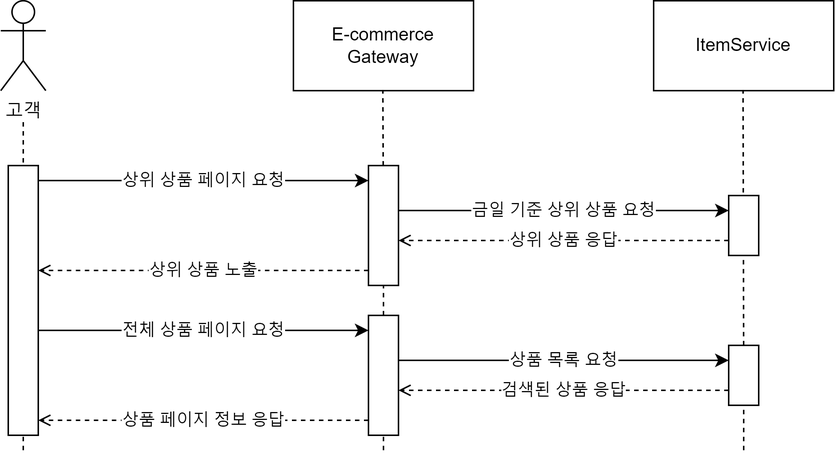
Earlier version of the draw.io export docs/sequence-diagram/2.item.png (psam1017/hhplus-ecommerce). Source tidied: cells renumbered, new cells last; positions are measured from the earlier drawing's top-left corner, leaving out a move shared by most shapes. Its diagram source:
```xml
<mxGraphModel>
  <root>
    <mxCell id="0" />
    <mxCell id="1" parent="0" />
    <mxCell id="2" style="group;" parent="1" vertex="1">
      <mxGeometry width="555" height="300" as="geometry" />
    </mxCell>
    <mxCell id="3" style="endArrow=none;dashed=1;html=1;rounded=0;" parent="2" edge="1">
      <mxGeometry relative="1" as="geometry">
        <mxPoint x="15" y="300" as="sourcePoint" />
        <mxPoint x="15" y="80" as="targetPoint" />
      </mxGeometry>
    </mxCell>
    <mxCell id="4" style="rounded=0;whiteSpace=wrap;html=1;" parent="2" vertex="1">
      <mxGeometry x="5" y="110" width="20" height="180" as="geometry" />
    </mxCell>
    <mxCell id="5" value="고객" style="shape=umlActor;verticalLabelPosition=bottom;verticalAlign=top;html=1;" parent="2" vertex="1">
      <mxGeometry width="30" height="60" as="geometry" />
    </mxCell>
    <mxCell id="6" value="ItemService" style="rounded=0;whiteSpace=wrap;html=1;" parent="2" vertex="1">
      <mxGeometry x="435" width="120" height="60" as="geometry" />
    </mxCell>
    <mxCell id="7" value="상위 상품 페이지 요청" style="endArrow=classic;html=1;rounded=0;" parent="2" edge="1">
      <mxGeometry relative="1" as="geometry">
        <mxPoint x="25" y="120" as="sourcePoint" />
        <mxPoint x="245" y="120" as="targetPoint" />
      </mxGeometry>
    </mxCell>
    <mxCell id="8" value="금일 기준 상위 상품 요청" style="endArrow=classic;html=1;rounded=0;entryX=0;entryY=0.25;entryDx=0;entryDy=0;" parent="2" edge="1" target="20">
      <mxGeometry relative="1" as="geometry">
        <mxPoint x="265" y="140" as="sourcePoint" />
      </mxGeometry>
    </mxCell>
    <mxCell id="9" value="상위 상품 응답" style="endArrow=open;html=1;rounded=0;dashed=1;endFill=0;exitX=0;exitY=0.75;exitDx=0;exitDy=0;" parent="2" edge="1" source="20">
      <mxGeometry relative="1" as="geometry">
        <mxPoint x="265" y="160" as="targetPoint" />
      </mxGeometry>
    </mxCell>
    <mxCell id="10" value="상위 상품 노출" style="endArrow=open;html=1;rounded=0;dashed=1;endFill=0;" parent="2" edge="1">
      <mxGeometry relative="1" as="geometry">
        <mxPoint x="245" y="180" as="sourcePoint" />
        <mxPoint x="25" y="180" as="targetPoint" />
      </mxGeometry>
    </mxCell>
    <mxCell id="11" value="전체 상품 페이지 요청" style="endArrow=classic;html=1;rounded=0;" parent="2" edge="1">
      <mxGeometry relative="1" as="geometry">
        <mxPoint x="25" y="220" as="sourcePoint" />
        <mxPoint x="245" y="220" as="targetPoint" />
      </mxGeometry>
    </mxCell>
    <mxCell id="12" value="상품 목록 요청" style="endArrow=classic;html=1;rounded=0;entryX=0;entryY=0.25;entryDx=0;entryDy=0;" parent="2" edge="1" target="24">
      <mxGeometry relative="1" as="geometry">
        <mxPoint x="265" y="240" as="sourcePoint" />
      </mxGeometry>
    </mxCell>
    <mxCell id="13" value="검색된 상품 응답" style="endArrow=open;html=1;rounded=0;dashed=1;endFill=0;exitX=0;exitY=0.75;exitDx=0;exitDy=0;" parent="2" edge="1" source="24">
      <mxGeometry relative="1" as="geometry">
        <mxPoint x="265" y="260" as="targetPoint" />
      </mxGeometry>
    </mxCell>
    <mxCell id="14" value="상품 페이지 정보 응답" style="endArrow=open;html=1;rounded=0;dashed=1;endFill=0;" parent="2" edge="1">
      <mxGeometry relative="1" as="geometry">
        <mxPoint x="245" y="280" as="sourcePoint" />
        <mxPoint x="25" y="280" as="targetPoint" />
      </mxGeometry>
    </mxCell>
    <mxCell id="15" value="&lt;div&gt;E-commerce&lt;/div&gt;&lt;div&gt;Gateway&lt;/div&gt;&lt;div&gt;&lt;/div&gt;" style="rounded=0;whiteSpace=wrap;html=1;" parent="2" vertex="1">
      <mxGeometry x="195" width="120" height="60" as="geometry" />
    </mxCell>
    <mxCell id="16" style="endArrow=none;dashed=1;html=1;rounded=0;" parent="2" edge="1" source="18">
      <mxGeometry relative="1" as="geometry">
        <mxPoint x="254.6" y="60" as="targetPoint" />
      </mxGeometry>
    </mxCell>
    <mxCell id="17" style="endArrow=none;dashed=1;html=1;rounded=0;" parent="2" edge="1" source="22" target="18">
      <mxGeometry relative="1" as="geometry" />
    </mxCell>
    <mxCell id="18" style="rounded=0;whiteSpace=wrap;html=1;" parent="2" vertex="1">
      <mxGeometry x="245" y="110" width="20" height="80" as="geometry" />
    </mxCell>
    <mxCell id="19" style="endArrow=none;dashed=1;html=1;rounded=0;" parent="2" edge="1" source="24">
      <mxGeometry relative="1" as="geometry">
        <mxPoint x="494.6" y="60" as="targetPoint" />
      </mxGeometry>
    </mxCell>
    <mxCell id="20" style="rounded=0;whiteSpace=wrap;html=1;" parent="2" vertex="1">
      <mxGeometry x="485" y="130" width="20" height="40" as="geometry" />
    </mxCell>
    <mxCell id="21" style="endArrow=none;dashed=1;html=1;rounded=0;" parent="2" edge="1" target="22">
      <mxGeometry relative="1" as="geometry">
        <mxPoint x="255" y="300" as="sourcePoint" />
      </mxGeometry>
    </mxCell>
    <mxCell id="22" style="rounded=0;whiteSpace=wrap;html=1;" parent="2" vertex="1">
      <mxGeometry x="245" y="210" width="20" height="80" as="geometry" />
    </mxCell>
    <mxCell id="23" style="endArrow=none;dashed=1;html=1;rounded=0;" parent="2" edge="1" target="24">
      <mxGeometry relative="1" as="geometry">
        <mxPoint x="495" y="300" as="sourcePoint" />
      </mxGeometry>
    </mxCell>
    <mxCell id="24" style="rounded=0;whiteSpace=wrap;html=1;" parent="2" vertex="1">
      <mxGeometry x="485" y="230" width="20" height="40" as="geometry" />
    </mxCell>
  </root>
</mxGraphModel>
```
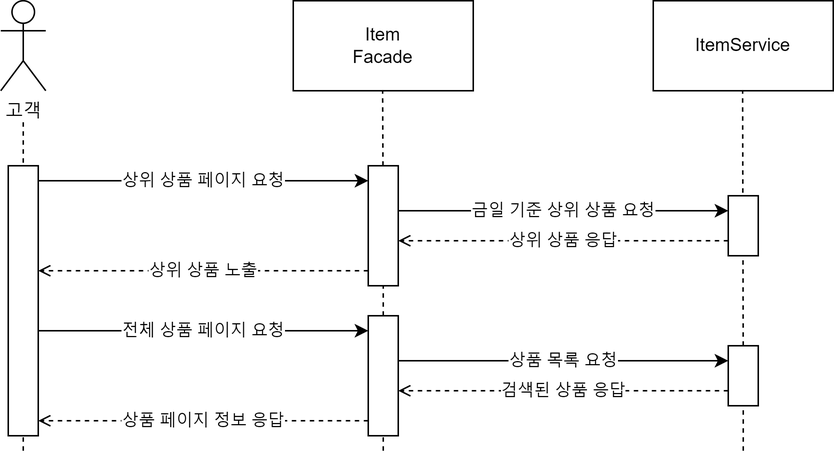
After the commit.

Change to the diagram source:
```diff
@@ -64,7 +64,7 @@
         <mxPoint x="25" y="280" as="targetPoint" />
       </mxGeometry>
     </mxCell>
-    <mxCell id="15" value="&lt;div&gt;E-commerce&lt;/div&gt;&lt;div&gt;Gateway&lt;/div&gt;&lt;div&gt;&lt;/div&gt;" style="rounded=0;whiteSpace=wrap;html=1;" parent="2" vertex="1">
+    <mxCell id="15" value="&lt;div&gt;Item&lt;br&gt;Facade&lt;/div&gt;&lt;div&gt;&lt;/div&gt;" style="rounded=0;whiteSpace=wrap;html=1;" parent="2" vertex="1">
       <mxGeometry x="195" width="120" height="60" as="geometry" />
     </mxCell>
     <mxCell id="16" style="endArrow=none;dashed=1;html=1;rounded=0;" parent="2" edge="1" source="18">
```
